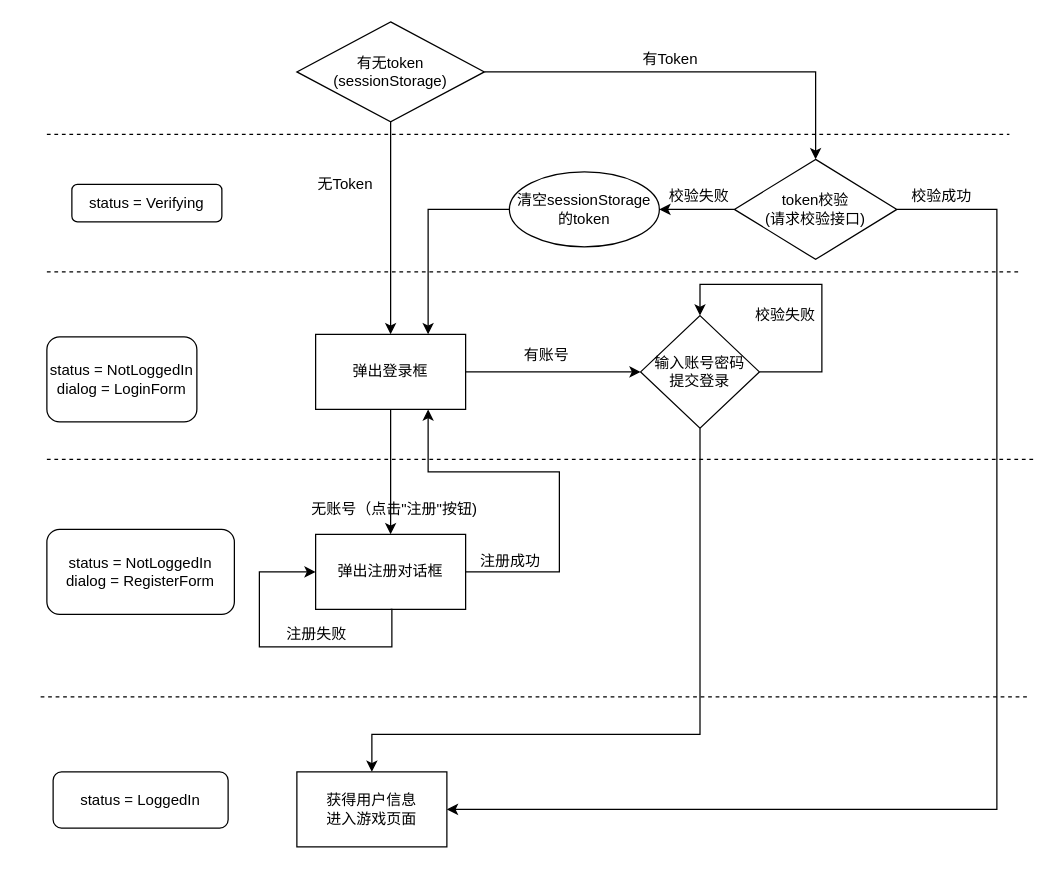
doDomoGu/nana keeps this draw.io diagram as page "Auth" (1 of 3) of prd.drawio. Above is the earlier version. Source tidied: cells renumbered, new cells numbered last; positions are measured from the earlier drawing's top-left corner, leaving out a move shared by most shapes. Both pictures are drawn from the tidied source at 125%, with x=0, y=0 at pixel (40, 21).
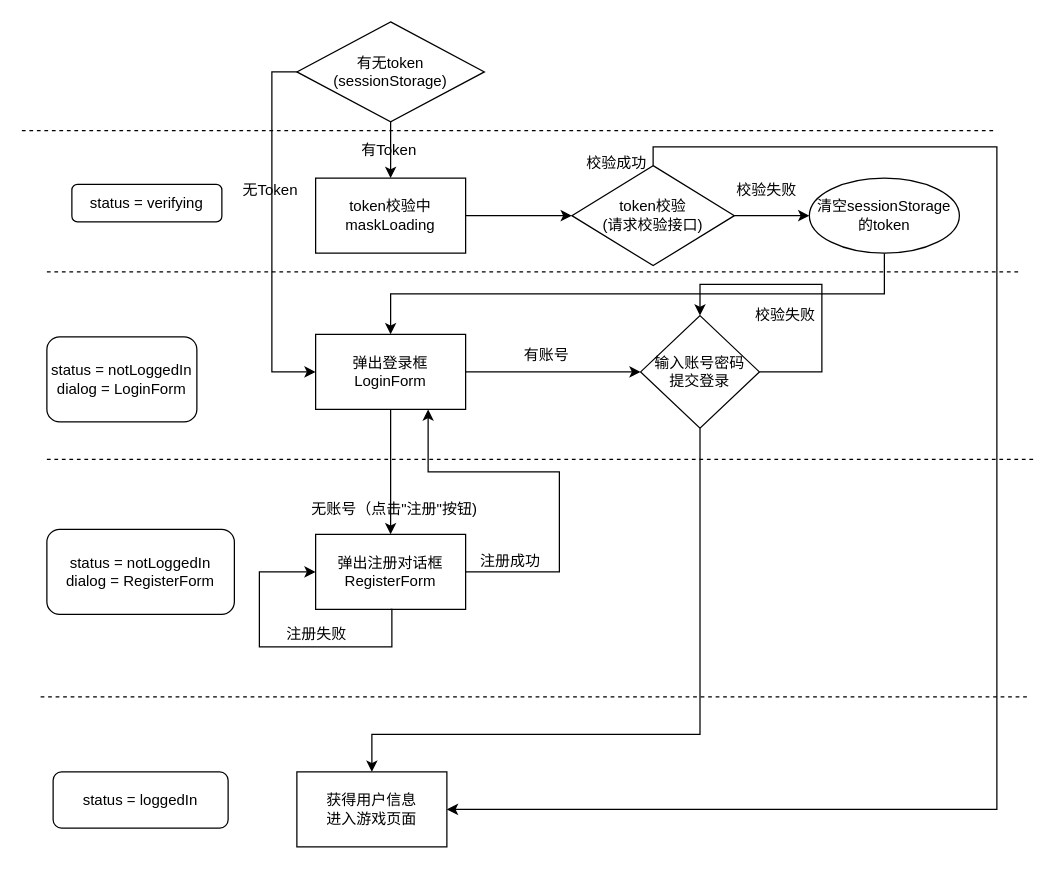
The same page after the edit.

The change refers to these unchanged cells:
```xml
<mxCell id="4" value="有无token&lt;br&gt;(sessionStorage)" style="rhombus;whiteSpace=wrap;html=1;" parent="1" vertex="1">
  <mxGeometry x="205" width="150" height="80" as="geometry" />
</mxCell>
<mxCell id="12" value="获得用户信息&lt;br&gt;进入游戏页面" style="rounded=0;whiteSpace=wrap;html=1;" parent="1" vertex="1">
  <mxGeometry x="205" y="600" width="120" height="60" as="geometry" />
</mxCell>
```

The edit, as a diff of the source:
```diff
@@
-    <mxCell id="2" style="edgeStyle=orthogonalEdgeStyle;rounded=0;jettySize=auto;html=1;exitX=0.5;exitY=1;exitDx=0;exitDy=0;" parent="1" edge="1" source="4" target="7">
-      <mxGeometry relative="1" as="geometry" />
+    <mxCell id="2" style="edgeStyle=orthogonalEdgeStyle;rounded=0;jettySize=auto;html=1;exitX=0;exitY=0.5;exitDx=0;exitDy=0;" parent="1" edge="1" source="4" target="7">
+      <mxGeometry relative="1" as="geometry">
+        <Array as="points">
+          <mxPoint x="185" y="40" />
+          <mxPoint x="185" y="280" />
+        </Array>
+      </mxGeometry>
     </mxCell>
-    <mxCell id="3" style="edgeStyle=orthogonalEdgeStyle;rounded=0;jettySize=auto;html=1;exitX=1;exitY=0.5;exitDx=0;exitDy=0;" parent="1" edge="1" source="4" target="11">
-      <mxGeometry relative="1" as="geometry" />
-    </mxCell>
+    <mxCell id="37" style="edgeStyle=orthogonalEdgeStyle;rounded=0;jettySize=auto;html=1;exitX=0.5;exitY=1;exitDx=0;exitDy=0;entryX=0.5;entryY=0;entryDx=0;entryDy=0;" parent="1" edge="1" source="4" target="39">
+      <mxGeometry relative="1" as="geometry" />
+    </mxCell>
@@
-    <mxCell id="7" value="弹出登录框" style="rounded=0;whiteSpace=wrap;html=1;" parent="1" vertex="1">
+    <mxCell id="7" value="弹出登录框&lt;br&gt;LoginForm" style="rounded=0;whiteSpace=wrap;html=1;" parent="1" vertex="1">
       <mxGeometry x="220" y="250" width="120" height="60" as="geometry" />
     </mxCell>
-    <mxCell id="8" value="无Token" style="text;html=1;align=left;verticalAlign=top;spacingTop=-4;" parent="1" vertex="1">
-      <mxGeometry x="220" y="120" width="60" height="20" as="geometry" />
-    </mxCell>
-    <mxCell id="9" style="edgeStyle=orthogonalEdgeStyle;rounded=0;jettySize=auto;html=1;exitX=1;exitY=0.5;exitDx=0;exitDy=0;entryX=1;entryY=0.5;entryDx=0;entryDy=0;" parent="1" edge="1" source="11" target="12">
+    <mxCell id="9" style="edgeStyle=orthogonalEdgeStyle;rounded=0;jettySize=auto;html=1;entryX=1;entryY=0.5;entryDx=0;entryDy=0;exitX=0.5;exitY=0;exitDx=0;exitDy=0;" parent="1" edge="1" source="11" target="12">
       <mxGeometry relative="1" as="geometry">
         <Array as="points">
-          <mxPoint x="765" y="150" />
+          <mxPoint x="490" y="100" />
+          <mxPoint x="765" y="100" />
           <mxPoint x="765" y="630" />
         </Array>
       </mxGeometry>
     </mxCell>
-    <mxCell id="10" style="edgeStyle=orthogonalEdgeStyle;rounded=0;jettySize=auto;html=1;exitX=0;exitY=0.5;exitDx=0;exitDy=0;entryX=1;entryY=0.5;entryDx=0;entryDy=0;" parent="1" edge="1" source="11" target="22">
+    <mxCell id="10" style="edgeStyle=orthogonalEdgeStyle;rounded=0;jettySize=auto;html=1;exitX=1;exitY=0.5;exitDx=0;exitDy=0;entryX=0;entryY=0.5;entryDx=0;entryDy=0;" parent="1" edge="1" source="11" target="22">
       <mxGeometry relative="1" as="geometry" />
     </mxCell>
     <mxCell id="11" value="token校验&lt;br&gt;(请求校验接口)" style="rhombus;whiteSpace=wrap;html=1;" parent="1" vertex="1">
-      <mxGeometry x="555" y="110" width="130" height="80" as="geometry" />
+      <mxGeometry x="425" y="115" width="130" height="80" as="geometry" />
     </mxCell>
@@
-    <mxCell id="13" value="有Token" style="text;html=1;align=left;verticalAlign=top;spacingTop=-4;" parent="1" vertex="1">
-      <mxGeometry x="480" y="20" width="60" height="20" as="geometry" />
-    </mxCell>
-    <mxCell id="14" value="校验成功" style="text;html=1;align=left;verticalAlign=top;spacingTop=-4;" parent="1" vertex="1">
-      <mxGeometry x="695" y="130" width="60" height="20" as="geometry" />
-    </mxCell>
     <mxCell id="15" value="校验失败" style="text;html=1;align=left;verticalAlign=top;spacingTop=-4;" parent="1" vertex="1">
-      <mxGeometry x="501" y="130" width="60" height="20" as="geometry" />
+      <mxGeometry x="555" y="125" width="60" height="20" as="geometry" />
     </mxCell>
-    <mxCell id="16" style="edgeStyle=orthogonalEdgeStyle;rounded=0;jettySize=auto;html=1;exitX=0;exitY=0.5;exitDx=0;exitDy=0;entryX=0.75;entryY=0;entryDx=0;entryDy=0;" parent="1" edge="1" source="22" target="7">
-      <mxGeometry relative="1" as="geometry">
-        <Array as="points">
-          <mxPoint x="310" y="150" />
-        </Array>
-      </mxGeometry>
-    </mxCell>
@@
-    <mxCell id="21" value="弹出注册对话框" style="rounded=0;whiteSpace=wrap;html=1;" parent="1" vertex="1">
+    <mxCell id="21" value="弹出注册对话框&lt;br&gt;RegisterForm" style="rounded=0;whiteSpace=wrap;html=1;" parent="1" vertex="1">
       <mxGeometry x="220" y="410" width="120" height="60" as="geometry" />
     </mxCell>
+    <mxCell id="16" style="edgeStyle=orthogonalEdgeStyle;rounded=0;jettySize=auto;html=1;exitX=0.5;exitY=1;exitDx=0;exitDy=0;entryX=0.5;entryY=0;entryDx=0;entryDy=0;" parent="1" edge="1" source="22" target="7">
+      <mxGeometry relative="1" as="geometry" />
+    </mxCell>
     <mxCell id="22" value="&lt;span style=&quot;text-align: left&quot;&gt;清空sessionStorage的token&lt;/span&gt;" style="ellipse;whiteSpace=wrap;html=1;" parent="1" vertex="1">
-      <mxGeometry x="375" y="120" width="120" height="60" as="geometry" />
+      <mxGeometry x="615" y="125" width="120" height="60" as="geometry" />
     </mxCell>
@@
-    <mxCell id="28" style="endArrow=none;dashed=1;html=1;" parent="1" edge="1">
-      <mxGeometry relative="1" as="geometry">
-        <mxPoint x="5" y="90" as="sourcePoint" />
-        <mxPoint x="775" y="90" as="targetPoint" />
-      </mxGeometry>
-    </mxCell>
@@
-    <mxCell id="31" value="status = NotLoggedIn&lt;br&gt;dialog = LoginForm" style="rounded=1;whiteSpace=wrap;html=1;" parent="1" vertex="1">
+    <mxCell id="31" value="status = notLoggedIn&lt;br&gt;dialog = LoginForm" style="rounded=1;whiteSpace=wrap;html=1;" parent="1" vertex="1">
       <mxGeometry x="5" y="252" width="120" height="68" as="geometry" />
     </mxCell>
-    <mxCell id="32" value="status = Verifying" style="rounded=1;whiteSpace=wrap;html=1;" parent="1" vertex="1">
+    <mxCell id="32" value="status = verifying" style="rounded=1;whiteSpace=wrap;html=1;" parent="1" vertex="1">
       <mxGeometry x="25" y="130" width="120" height="30" as="geometry" />
     </mxCell>
@@
-    <mxCell id="35" value="status = LoggedIn" style="rounded=1;whiteSpace=wrap;html=1;" parent="1" vertex="1">
+    <mxCell id="35" value="status = loggedIn" style="rounded=1;whiteSpace=wrap;html=1;" parent="1" vertex="1">
       <mxGeometry x="10" y="600" width="140" height="45" as="geometry" />
     </mxCell>
-    <mxCell id="36" value="status = NotLoggedIn&lt;br&gt;dialog = RegisterForm" style="rounded=1;whiteSpace=wrap;html=1;" parent="1" vertex="1">
+    <mxCell id="36" value="status = notLoggedIn&lt;br&gt;dialog = RegisterForm" style="rounded=1;whiteSpace=wrap;html=1;" parent="1" vertex="1">
       <mxGeometry x="5" y="406" width="150" height="68" as="geometry" />
     </mxCell>
+    <mxCell id="8" value="无Token" style="text;html=1;align=left;verticalAlign=top;spacingTop=-4;" parent="1" vertex="1">
+      <mxGeometry x="160" y="125" width="60" height="20" as="geometry" />
+    </mxCell>
+    <mxCell id="38" style="edgeStyle=orthogonalEdgeStyle;rounded=0;jettySize=auto;html=1;exitX=1;exitY=0.5;exitDx=0;exitDy=0;entryX=0;entryY=0.5;entryDx=0;entryDy=0;" parent="1" edge="1" source="39" target="11">
+      <mxGeometry relative="1" as="geometry" />
+    </mxCell>
+    <mxCell id="39" value="token校验中&lt;br&gt;maskLoading" style="rounded=0;whiteSpace=wrap;html=1;" parent="1" vertex="1">
+      <mxGeometry x="220" y="125" width="120" height="60" as="geometry" />
+    </mxCell>
+    <mxCell id="13" value="有Token" style="text;html=1;align=left;verticalAlign=top;spacingTop=-4;" parent="1" vertex="1">
+      <mxGeometry x="255" y="92.5" width="60" height="20" as="geometry" />
+    </mxCell>
+    <mxCell id="40" style="endArrow=none;dashed=1;html=1;" parent="1" edge="1">
+      <mxGeometry relative="1" as="geometry">
+        <mxPoint x="-15" y="87" as="sourcePoint" />
+        <mxPoint x="765" y="87" as="targetPoint" />
+      </mxGeometry>
+    </mxCell>
+    <mxCell id="14" value="校验成功" style="text;html=1;align=left;verticalAlign=top;spacingTop=-4;" parent="1" vertex="1">
+      <mxGeometry x="435" y="102.5" width="60" height="20" as="geometry" />
+    </mxCell>
```
